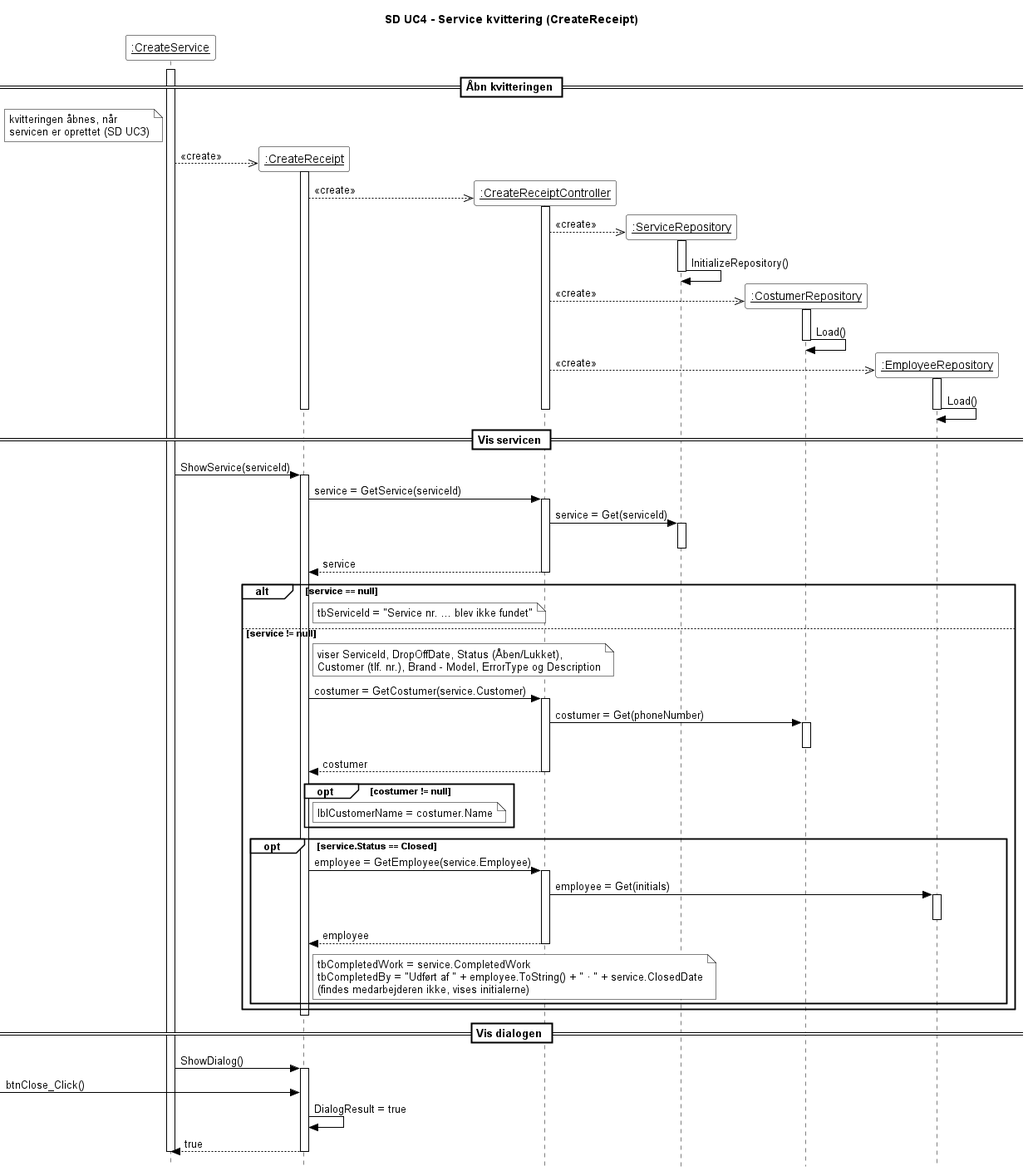
Zoabz/Getting-Real keeps this PlantUML diagram as 6. Sekvens Diagrammer/Sprint 1/UC4_service_kvittering.png. Above is the earlier version. The source it was exported from:
```plantuml
@startuml
skinparam style strictuml
skinparam ParticipantBackgroundColor white
skinparam ParticipantBorderColor black
skinparam ArrowColor black
skinparam SequenceLifeLineBorderColor black
skinparam SequenceGroupBackgroundColor white
skinparam SequenceGroupBorderColor black
skinparam SequenceDividerBackgroundColor white
skinparam SequenceDividerBorderColor black
skinparam SequenceReferenceBackgroundColor white
skinparam SequenceReferenceBorderColor black
skinparam NoteBackgroundColor white
skinparam NoteBorderColor black
skinparam ActivationBackgroundColor white
skinparam shadowing false
skinparam sequenceParticipant underline
skinparam defaultFontName Arial
hide footbox
title SD UC4 - Service kvittering (CreateReceipt)

participant ":CreateService" as V

== Åbn kvitteringen ==
activate V
note left of V : kvitteringen åbnes, når\nservicen er oprettet (SD UC3)

create participant ":CreateReceipt" as D
V -->> D : «create»
activate D

create participant ":CreateReceiptController" as C
D -->> C : «create»
activate C

create participant ":ServiceRepository" as SR
C -->> SR : «create»
activate SR
SR -> SR : InitializeRepository()
deactivate SR

create participant ":CostumerRepository" as KR
C -->> KR : «create»
activate KR
KR -> KR : Load()
deactivate KR

create participant ":EmployeeRepository" as ER
C -->> ER : «create»
activate ER
ER -> ER : Load()
deactivate ER

deactivate C
deactivate D

== Vis servicen ==
V -> D : ShowService(serviceId)
activate D

D -> C : service = GetService(serviceId)
activate C
C -> SR : service = Get(serviceId)
activate SR
deactivate SR
D <-- C : service
deactivate C

alt service == null
    note right of D : tbServiceId = "Service nr. ... blev ikke fundet"

else service != null
    note right of D
      viser ServiceId, DropOffDate, Status (Åben/Lukket),
      Customer (tlf. nr.), Brand - Model, ErrorType og Description
    end note

    D -> C : costumer = GetCostumer(service.Customer)
    activate C
    C -> KR : costumer = Get(phoneNumber)
    activate KR
    deactivate KR
    D <-- C : costumer
    deactivate C

    opt costumer != null
        note right of D : lblCustomerName = costumer.Name
    end

    opt service.Status == Closed
        D -> C : employee = GetEmployee(service.Employee)
        activate C
        C -> ER : employee = Get(initials)
        activate ER
        deactivate ER
        D <-- C : employee
        deactivate C

        note right of D
          tbCompletedWork = service.CompletedWork
          tbCompletedBy = "Udført af " + employee.ToString() + " · " + service.ClosedDate
          (findes medarbejderen ikke, vises initialerne)
        end note
    end
end
deactivate D

== Vis dialogen ==
V -> D : ShowDialog()
activate D
[-> D : btnClose_Click()
D -> D : DialogResult = true
V <-- D : true
deactivate D
deactivate V

@enduml
```
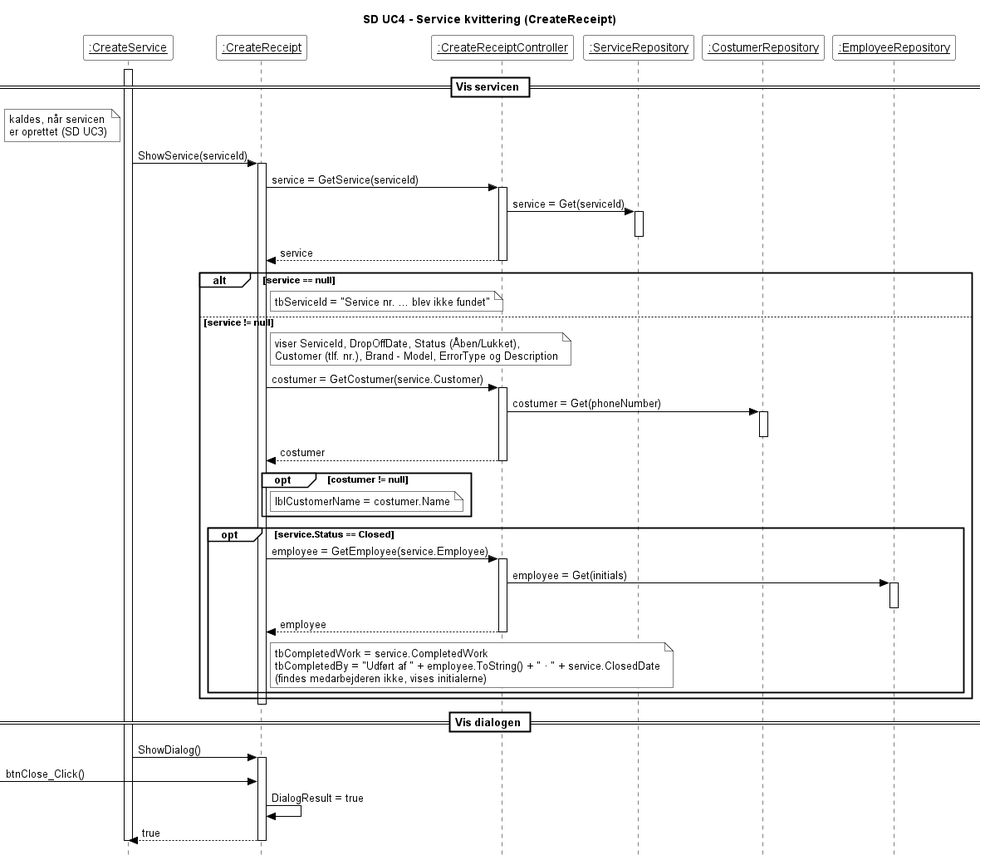
Later version of the same file.

The edit, as a diff of the source:
```diff
@@ -20,41 +20,16 @@
 title SD UC4 - Service kvittering (CreateReceipt)
 
 participant ":CreateService" as V
-
-== Åbn kvitteringen ==
-activate V
-note left of V : kvitteringen åbnes, når\nservicen er oprettet (SD UC3)
-
-create participant ":CreateReceipt" as D
-V -->> D : «create»
-activate D
-
-create participant ":CreateReceiptController" as C
-D -->> C : «create»
-activate C
-
-create participant ":ServiceRepository" as SR
-C -->> SR : «create»
-activate SR
-SR -> SR : InitializeRepository()
-deactivate SR
-
-create participant ":CostumerRepository" as KR
-C -->> KR : «create»
-activate KR
-KR -> KR : Load()
-deactivate KR
-
-create participant ":EmployeeRepository" as ER
-C -->> ER : «create»
-activate ER
-ER -> ER : Load()
-deactivate ER
-
-deactivate C
-deactivate D
+participant ":CreateReceipt" as D
+participant ":CreateReceiptController" as C
+participant ":ServiceRepository" as SR
+participant ":CostumerRepository" as KR
+participant ":EmployeeRepository" as ER
 
 == Vis servicen ==
+activate V
+note left of V : kaldes, når servicen\ner oprettet (SD UC3)
+
 V -> D : ShowService(serviceId)
 activate D
 
```
